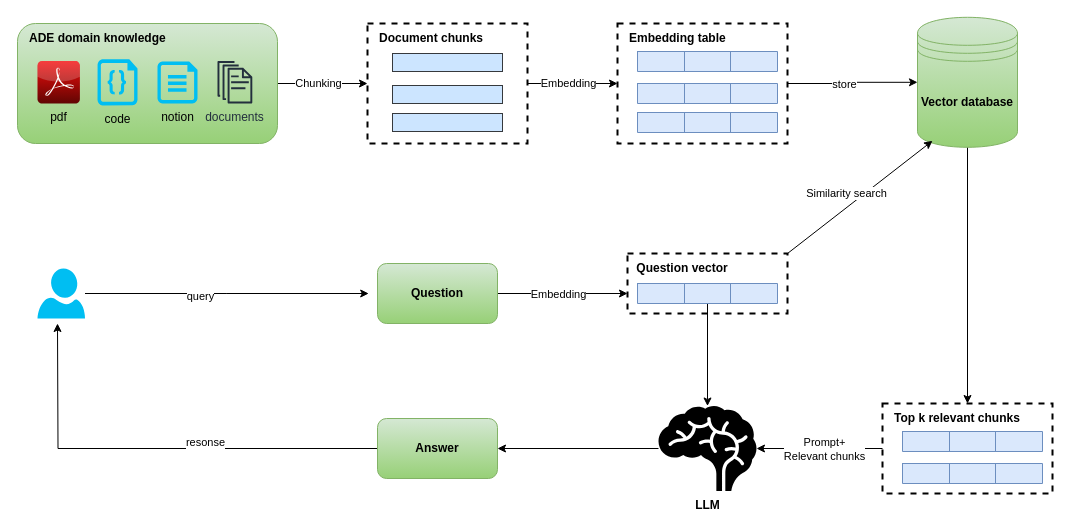
Before: ADE_copilot/drawio/ADE_copilot/RAG.drawio in xpc123/forSync, a draw.io diagram. Source tidied: cells renumbered, new cells numbered last; positions are measured from the earlier drawing's top-left corner, leaving out a move shared by most shapes. Both pictures are drawn from the tidied source at 100%, with x=0, y=0 at pixel (17, 17). Pictures stored in the file or linked from it are replaced by grey dashed boxes.
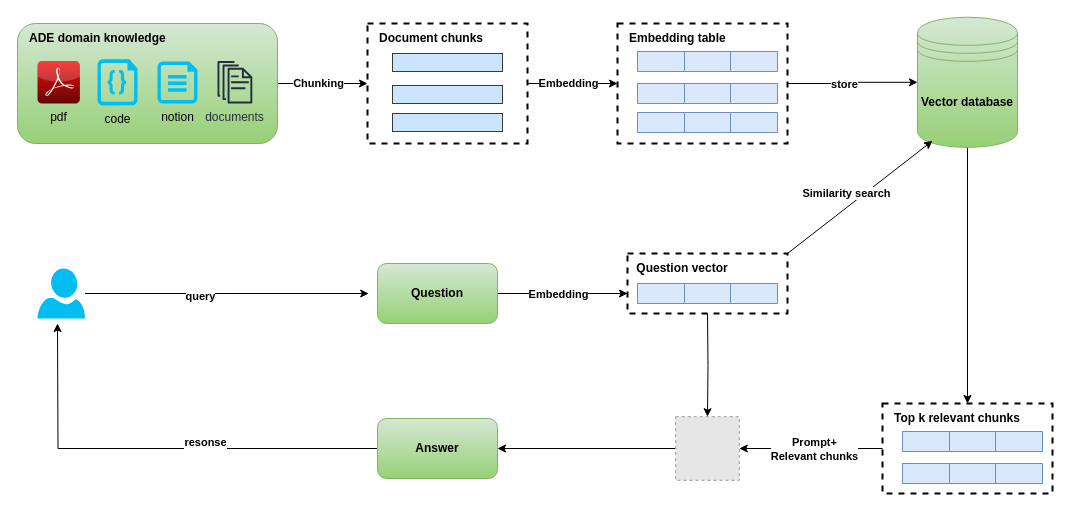
The same page after the edit.

Unchanged cells that the change refers to:
```xml
<mxCell id="3" style="edgeStyle=orthogonalEdgeStyle;rounded=0;jettySize=auto;html=1;entryX=0;entryY=0.5;entryDx=0;entryDy=0;" parent="1" edge="1" source="5" target="12">
  <mxGeometry relative="1" as="geometry" />
</mxCell>
<mxCell id="10" style="edgeStyle=orthogonalEdgeStyle;rounded=0;jettySize=auto;html=1;entryX=0;entryY=0.5;entryDx=0;entryDy=0;" parent="1" edge="1" source="12" target="20">
  <mxGeometry relative="1" as="geometry" />
</mxCell>
<mxCell id="18" style="edgeStyle=orthogonalEdgeStyle;rounded=0;jettySize=auto;html=1;" parent="1" edge="1" source="20" target="38">
  <mxGeometry relative="1" as="geometry" />
</mxCell>
<mxCell id="39" style="edgeStyle=orthogonalEdgeStyle;rounded=0;jettySize=auto;html=1;" parent="1" edge="1" source="41">
  <mxGeometry relative="1" as="geometry">
    <mxPoint x="351.2" y="276" as="targetPoint" />
  </mxGeometry>
</mxCell>
<mxCell id="42" style="edgeStyle=orthogonalEdgeStyle;rounded=0;jettySize=auto;html=1;" parent="1" edge="1" source="44">
  <mxGeometry relative="1" as="geometry">
    <mxPoint x="610" y="276" as="targetPoint" />
  </mxGeometry>
</mxCell>
<mxCell id="46" style="shape=table;startSize=0;childLayout=tableLayout;fontSize=16;fillColor=#dae8fc;strokeColor=#6c8ebf;" parent="1" vertex="1">
  <mxGeometry x="620" y="266" width="140" height="20" as="geometry" />
</mxCell>
<mxCell id="52" style="rounded=0;jettySize=auto;html=1;exitX=1;exitY=0;exitDx=0;exitDy=0;entryX=0.15;entryY=0.95;entryDx=0;entryDy=0;entryPerimeter=0;" parent="1" edge="1" source="2" target="38">
  <mxGeometry relative="1" as="geometry" />
</mxCell>
<mxCell id="54" style="rounded=0;whiteSpace=wrap;html=1;dashed=1;strokeWidth=2;" parent="1" vertex="1">
  <mxGeometry x="865" y="386" width="170" height="90" as="geometry" />
</mxCell>
<mxCell id="70" style="edgeStyle=orthogonalEdgeStyle;rounded=0;jettySize=auto;html=1;" parent="1" edge="1" source="72">
  <mxGeometry relative="1" as="geometry">
    <mxPoint x="40" y="306" as="targetPoint" />
  </mxGeometry>
</mxCell>
<mxCell id="72" value="&lt;b&gt;Answer&lt;/b&gt;" style="rounded=1;whiteSpace=wrap;html=1;fillColor=#d5e8d4;gradientColor=#97d077;strokeColor=#82b366;" parent="1" vertex="1">
  <mxGeometry x="360" y="401" width="120" height="60" as="geometry" />
</mxCell>
```

Diff of the diagram source:
```diff
@@
-    <mxCell id="4" value="Chunking" style="edgeLabel;html=1;align=center;verticalAlign=middle;" parent="3" vertex="1">
+    <mxCell id="4" value="&lt;b&gt;Chunking&lt;/b&gt;" style="edgeLabel;html=1;align=center;verticalAlign=middle;" parent="3" vertex="1">
       <mxGeometry x="-0.31" relative="1" as="geometry">
         <mxPoint x="9" y="-1" as="offset" />
       </mxGeometry>
     </mxCell>
@@
-    <mxCell id="11" value="Embedding" style="edgeLabel;html=1;align=center;verticalAlign=middle;" parent="10" vertex="1">
+    <mxCell id="11" value="&lt;b&gt;Embedding&lt;/b&gt;" style="edgeLabel;html=1;align=center;verticalAlign=middle;" parent="10" vertex="1">
       <mxGeometry x="-0.4" y="3" relative="1" as="geometry">
         <mxPoint x="13" y="2" as="offset" />
       </mxGeometry>
     </mxCell>
@@
-    <mxCell id="19" value="store" style="edgeLabel;html=1;align=center;verticalAlign=middle;" parent="18" vertex="1">
+    <mxCell id="19" value="&lt;b&gt;store&lt;/b&gt;" style="edgeLabel;html=1;align=center;verticalAlign=middle;" parent="18" vertex="1">
       <mxGeometry x="-0.15" relative="1" as="geometry" />
     </mxCell>
@@
-    <mxCell id="40" value="query" style="edgeLabel;html=1;align=center;verticalAlign=middle;" parent="39" vertex="1">
+    <mxCell id="40" value="&lt;b&gt;query&lt;/b&gt;" style="edgeLabel;html=1;align=center;verticalAlign=middle;" parent="39" vertex="1">
       <mxGeometry x="-0.2" y="-2" relative="1" as="geometry">
         <mxPoint x="1" as="offset" />
       </mxGeometry>
     </mxCell>
@@
-    <mxCell id="43" value="Embedding" style="edgeLabel;html=1;align=center;verticalAlign=middle;" parent="42" vertex="1">
+    <mxCell id="43" value="&lt;b&gt;Embedding&lt;/b&gt;" style="edgeLabel;html=1;align=center;verticalAlign=middle;" parent="42" vertex="1">
       <mxGeometry x="-0.34" y="4" relative="1" as="geometry">
         <mxPoint x="17" y="4" as="offset" />
       </mxGeometry>
     </mxCell>
@@
-    <mxCell id="45" style="edgeStyle=orthogonalEdgeStyle;rounded=0;jettySize=auto;html=1;" parent="1" edge="1" source="46" target="67">
-      <mxGeometry relative="1" as="geometry" />
+    <mxCell id="45" style="edgeStyle=orthogonalEdgeStyle;rounded=0;jettySize=auto;html=1;entryX=0.5;entryY=0;entryDx=0;entryDy=0;" parent="1" edge="1" target="73">
+      <mxGeometry relative="1" as="geometry">
+        <mxPoint x="690" y="296" as="sourcePoint" />
+      </mxGeometry>
     </mxCell>
@@
-    <mxCell id="53" value="Similarity search" style="edgeLabel;html=1;align=center;verticalAlign=middle;" parent="52" vertex="1">
+    <mxCell id="53" value="&lt;b&gt;Similarity search&lt;/b&gt;" style="edgeLabel;html=1;align=center;verticalAlign=middle;" parent="52" vertex="1">
       <mxGeometry x="-0.21" y="-1" relative="1" as="geometry">
         <mxPoint y="-16" as="offset" />
       </mxGeometry>
     </mxCell>
@@
-    <mxCell id="66" style="edgeStyle=orthogonalEdgeStyle;rounded=0;jettySize=auto;html=1;entryX=1;entryY=0.5;entryDx=0;entryDy=0;" parent="1" edge="1" source="67" target="72">
+    <mxCell id="66" style="edgeStyle=orthogonalEdgeStyle;rounded=0;jettySize=auto;html=1;entryX=1;entryY=0.5;entryDx=0;entryDy=0;exitX=0;exitY=0.5;exitDx=0;exitDy=0;" parent="1" edge="1" source="73" target="72">
       <mxGeometry relative="1" as="geometry" />
     </mxCell>
-    <mxCell id="67" value="&lt;b&gt;LLM&lt;/b&gt;" style="shape=mxgraph.signs.healthcare.brain;html=1;fillColor=#000000;strokeColor=none;verticalLabelPosition=bottom;verticalAlign=top;align=center;" parent="1" vertex="1">
-      <mxGeometry x="641" y="388.5" width="98" height="85" as="geometry" />
-    </mxCell>
-    <mxCell id="68" style="edgeStyle=orthogonalEdgeStyle;rounded=0;jettySize=auto;html=1;entryX=1;entryY=0.5;entryDx=0;entryDy=0;entryPerimeter=0;" parent="1" edge="1" source="54" target="67">
+    <mxCell id="68" style="edgeStyle=orthogonalEdgeStyle;rounded=0;jettySize=auto;html=1;entryX=1;entryY=0.5;entryDx=0;entryDy=0;" parent="1" edge="1" source="54" target="73">
       <mxGeometry relative="1" as="geometry" />
     </mxCell>
-    <mxCell id="69" value="Prompt+&lt;div&gt;Relevant chunks&lt;/div&gt;" style="edgeLabel;html=1;align=center;verticalAlign=middle;" parent="68" vertex="1">
+    <mxCell id="69" value="&lt;b&gt;Prompt+&lt;/b&gt;&lt;div&gt;&lt;b&gt;Relevant chunks&lt;/b&gt;&lt;/div&gt;" style="edgeLabel;html=1;align=center;verticalAlign=middle;" parent="68" vertex="1">
       <mxGeometry x="0.19" y="-1" relative="1" as="geometry">
         <mxPoint x="16" y="1" as="offset" />
       </mxGeometry>
     </mxCell>
@@
-    <mxCell id="71" value="resonse" style="edgeLabel;html=1;align=center;verticalAlign=middle;" parent="70" vertex="1">
+    <mxCell id="71" value="&lt;b&gt;resonse&lt;/b&gt;" style="edgeLabel;html=1;align=center;verticalAlign=middle;" parent="70" vertex="1">
       <mxGeometry y="-1" relative="1" as="geometry">
         <mxPoint x="49" y="-6" as="offset" />
       </mxGeometry>
     </mxCell>
@@
+    <mxCell id="73" style="fillColor=#E6E6E6;strokeColor=#999999;dashed=1;verticalLabelPosition=bottom;labelBackgroundColor=default;verticalAlign=top;" parent="1" vertex="1">
+      <mxGeometry x="658.2" y="399.2" width="63.6" height="63.6" as="geometry" />
+    </mxCell>
```
